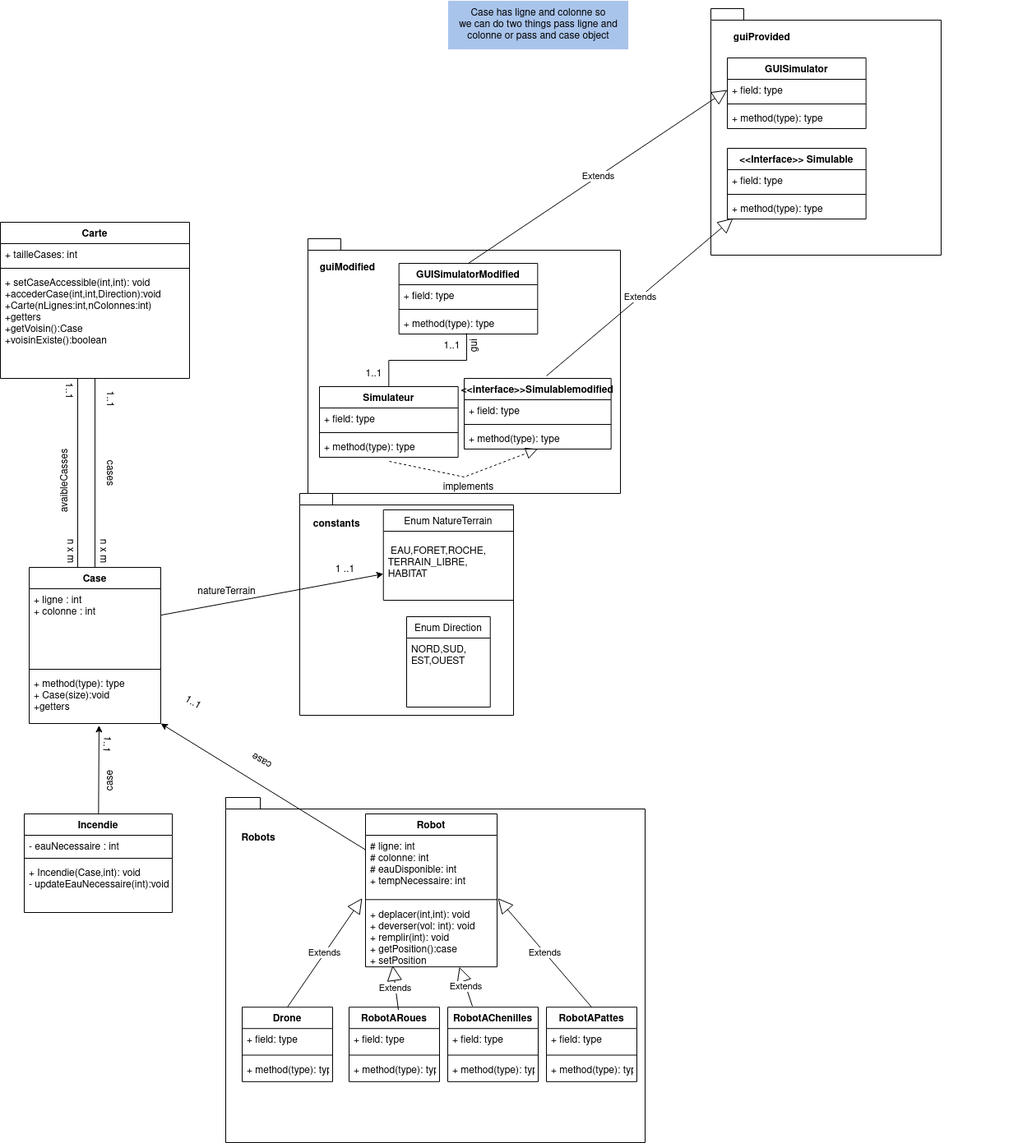
This is Untitled Diagram.drawio.png from juanpabloinformatica/poo_project_ensimag, a draw.io export, as it was before one commit. Source tidied: cells renumbered, new cells last; positions are measured from the earlier drawing's top-left corner, leaving out a move shared by most shapes.
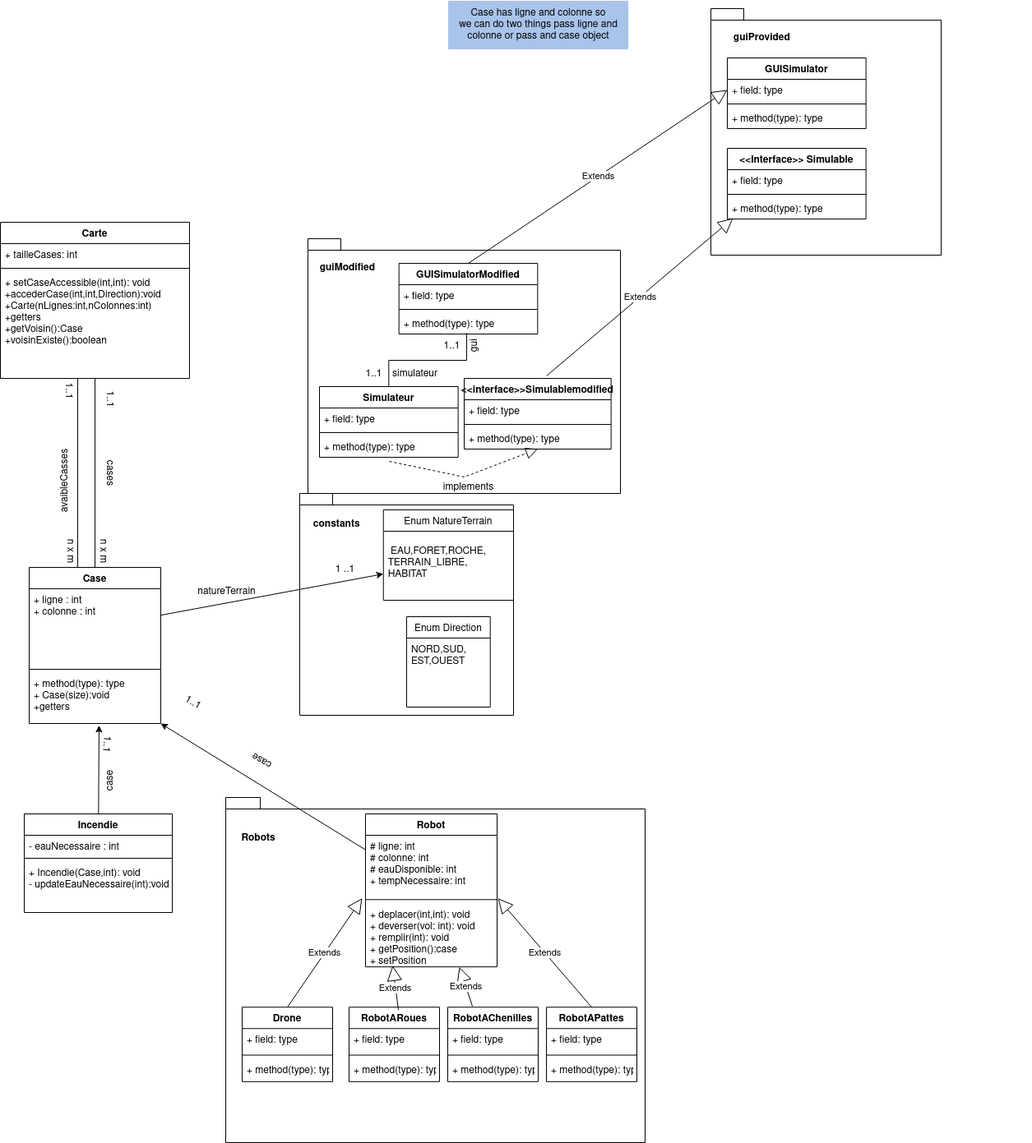
Later version of the same file.

Change to the diagram source:
```diff
@@ -262,6 +262,9 @@
     <mxCell id="84" value="gui" style="text;html=1;align=center;verticalAlign=middle;strokeColor=none;fillColor=none;rotation=-90;" parent="64" vertex="1">
       <mxGeometry x="182.6" y="116" width="40" height="30" as="geometry" />
     </mxCell>
+    <mxCell id="101" value="simulateur" style="text;html=1;align=center;verticalAlign=middle;strokeColor=none;fillColor=none;" parent="64" vertex="1">
+      <mxGeometry x="90" y="150" width="80" height="30" as="geometry" />
+    </mxCell>
     <mxCell id="85" style="group;" parent="1" vertex="1">
       <mxGeometry x="864" y="10" width="390" height="300" as="geometry" />
     </mxCell>
```
